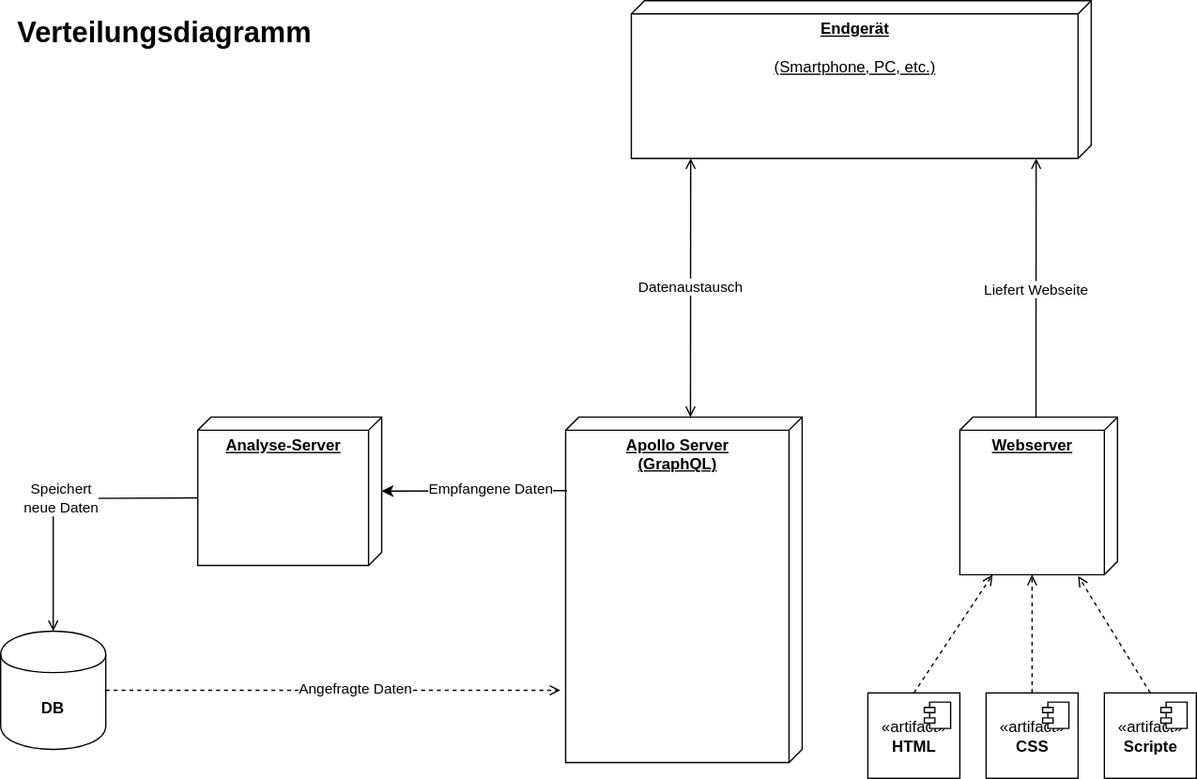
Above: docs/Expose/resources/doc-ver_Verteilung.svg in doc-ver/Doku (draw.io), before the change. Source tidied: cells renumbered, new cells last; positions are measured from the earlier drawing's top-left corner, leaving out a move shared by most shapes.
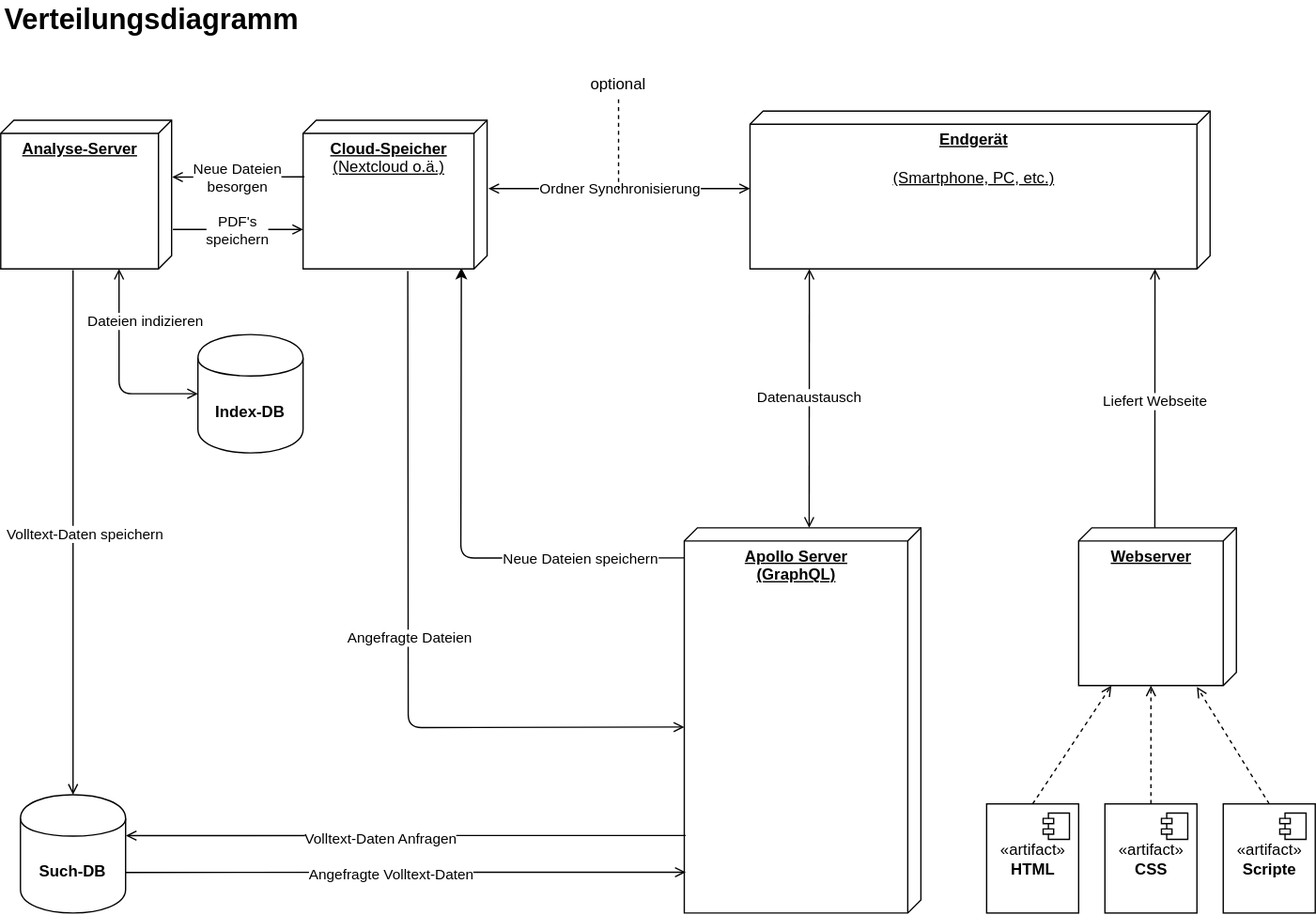
Later version of the same file.

Change to the diagram source:
```diff
@@ -9,7 +9,7 @@
       <mxGeometry x="730" y="317" width="120" height="120" as="geometry" />
     </mxCell>
     <mxCell id="4" value="«artifact»&lt;br&gt;&lt;b&gt;HTML&lt;/b&gt;" style="html=1;" parent="1" vertex="1">
-      <mxGeometry x="660" y="527" width="70" height="65" as="geometry" />
+      <mxGeometry x="660" y="527" width="70" height="83" as="geometry" />
     </mxCell>
     <mxCell id="5" style="shape=component;jettyWidth=8;jettyHeight=4;" parent="4" vertex="1">
       <mxGeometry x="1" width="20" height="20" relative="1" as="geometry">
@@ -17,7 +17,7 @@
       </mxGeometry>
     </mxCell>
     <mxCell id="6" value="«artifact»&lt;br&gt;&lt;b&gt;CSS&lt;/b&gt;" style="html=1;" parent="1" vertex="1">
-      <mxGeometry x="750" y="527" width="70" height="65" as="geometry" />
+      <mxGeometry x="750" y="527" width="70" height="83" as="geometry" />
     </mxCell>
     <mxCell id="7" style="shape=component;jettyWidth=8;jettyHeight=4;" parent="6" vertex="1">
       <mxGeometry x="1" width="20" height="20" relative="1" as="geometry">
@@ -25,7 +25,7 @@
       </mxGeometry>
     </mxCell>
     <mxCell id="8" value="«artifact»&lt;br&gt;&lt;b&gt;Scripte&lt;/b&gt;" style="html=1;" parent="1" vertex="1">
-      <mxGeometry x="840" y="527" width="70" height="65" as="geometry" />
+      <mxGeometry x="840" y="527" width="70" height="83" as="geometry" />
     </mxCell>
     <mxCell id="9" style="shape=component;jettyWidth=8;jettyHeight=4;" parent="8" vertex="1">
       <mxGeometry x="1" width="20" height="20" relative="1" as="geometry">
@@ -52,42 +52,117 @@
       </mxGeometry>
     </mxCell>
     <mxCell id="14" value="&lt;b&gt;Apollo Server&lt;br&gt;(GraphQL)&lt;br&gt;&lt;/b&gt;" style="verticalAlign=top;align=center;spacingTop=8;spacingLeft=2;spacingRight=12;shape=cube;size=10;direction=south;fontStyle=4;html=1;" parent="1" vertex="1">
-      <mxGeometry x="430" y="317" width="180" height="263" as="geometry" />
+      <mxGeometry x="430" y="317" width="180" height="293" as="geometry" />
     </mxCell>
     <mxCell id="15" value="&lt;b&gt;Analyse-Server&lt;br&gt;&lt;/b&gt;" style="verticalAlign=top;align=center;spacingTop=8;spacingLeft=2;spacingRight=12;shape=cube;size=10;direction=south;fontStyle=4;html=1;" parent="1" vertex="1">
-      <mxGeometry x="150" y="317" width="140" height="113" as="geometry" />
+      <mxGeometry x="-90" y="7" width="130" height="113" as="geometry" />
     </mxCell>
     <mxCell id="16" value="Datenaustausch" style="endArrow=open;startArrow=open;html=1;strokeColor=#000000;exitX=0;exitY=0;exitDx=0;exitDy=85;exitPerimeter=0;startFill=0;endFill=0;entryX=1;entryY=0.871;entryDx=0;entryDy=0;entryPerimeter=0;" parent="1" edge="1" source="14" target="2">
       <mxGeometry relative="1" as="geometry" />
     </mxCell>
-    <mxCell id="17" value="&lt;b&gt;DB&lt;/b&gt;" style="shape=cylinder;whiteSpace=wrap;html=1;boundedLbl=1;backgroundOutline=1;" parent="1" vertex="1">
-      <mxGeometry y="480" width="80" height="90" as="geometry" />
+    <mxCell id="17" value="&lt;b&gt;Such-DB&lt;/b&gt;" style="shape=cylinder;whiteSpace=wrap;html=1;boundedLbl=1;backgroundOutline=1;" parent="1" vertex="1">
+      <mxGeometry x="-75" y="520" width="80" height="90" as="geometry" />
     </mxCell>
-    <mxCell id="18" style="endArrow=open;dashed=1;html=1;strokeColor=#000000;endFill=0;exitX=1;exitY=0.5;exitDx=0;exitDy=0;" parent="1" edge="1" source="17">
-      <mxGeometry relative="1" as="geometry">
-        <mxPoint x="426" y="525" as="targetPoint" />
-      </mxGeometry>
+    <mxCell id="18" style="endArrow=open;html=1;strokeColor=#000000;endFill=0;entryX=0.894;entryY=0.994;entryDx=0;entryDy=0;entryPerimeter=0;exitX=1.002;exitY=0.657;exitDx=0;exitDy=0;exitPerimeter=0;" parent="1" edge="1" source="17" target="14">
+      <mxGeometry relative="1" as="geometry" />
     </mxCell>
-    <mxCell id="19" value="Angefragte Daten" style="edgeLabel;html=1;align=center;verticalAlign=middle;" parent="18" vertex="1">
-      <mxGeometry x="0.09" y="2" relative="1" as="geometry" />
+    <mxCell id="19" value="Angefragte Volltext-Daten" style="edgeLabel;html=1;align=center;verticalAlign=middle;" parent="18" vertex="1">
+      <mxGeometry x="0.09" y="2" relative="1" as="geometry">
+        <mxPoint x="-32" y="3" as="offset" />
+      </mxGeometry>
     </mxCell>
-    <mxCell id="20" value="Speichert&lt;br&gt;neue Daten" style="endArrow=open;html=1;strokeColor=#000000;exitX=0;exitY=0;exitDx=61.5;exitDy=140;exitPerimeter=0;entryX=0.5;entryY=0;entryDx=0;entryDy=0;endFill=0;" parent="1" edge="1" source="15" target="17">
-      <mxGeometry x="-0.02" relative="1" as="geometry">
+    <mxCell id="20" style="endArrow=classic;html=1;strokeColor=#000000;entryX=0.992;entryY=0.14;entryDx=0;entryDy=0;entryPerimeter=0;exitX=0.078;exitY=1;exitDx=0;exitDy=0;exitPerimeter=0;" parent="1" edge="1" source="14" target="23">
+      <mxGeometry relative="1" as="geometry">
         <Array as="points">
-          <mxPoint x="40" y="379" />
+          <mxPoint x="260" y="340" />
         </Array>
       </mxGeometry>
     </mxCell>
-    <mxCell id="21" style="endArrow=classic;html=1;strokeColor=#000000;" parent="1" edge="1" target="15">
-      <mxGeometry relative="1" as="geometry">
-        <mxPoint x="431" y="373" as="sourcePoint" />
+    <mxCell id="21" value="Neue Dateien speichern" style="edgeLabel;html=1;align=center;verticalAlign=middle;" parent="20" vertex="1">
+      <mxGeometry x="-0.18" y="-2" relative="1" as="geometry">
+        <mxPoint x="80" y="2" as="offset" />
       </mxGeometry>
     </mxCell>
-    <mxCell id="22" value="Empfangene Daten" style="edgeLabel;html=1;align=center;verticalAlign=middle;" parent="21" vertex="1">
-      <mxGeometry x="-0.18" y="-2" relative="1" as="geometry" />
+    <mxCell id="22" value="Verteilungsdiagramm" style="text;html=1;strokeColor=none;fillColor=none;align=center;verticalAlign=middle;whiteSpace=wrap;rounded=0;fontSize=22;fontStyle=1;" parent="1" vertex="1">
+      <mxGeometry x="-90" y="-84" width="230" height="30" as="geometry" />
     </mxCell>
-    <mxCell id="23" value="Verteilungsdiagramm" style="text;html=1;strokeColor=none;fillColor=none;align=center;verticalAlign=middle;whiteSpace=wrap;rounded=0;fontSize=22;fontStyle=1;" parent="1" vertex="1">
-      <mxGeometry x="10" y="10" width="230" height="30" as="geometry" />
+    <mxCell id="23" value="&lt;b&gt;Cloud-Speicher&lt;/b&gt;&lt;br&gt;(Nextcloud o.ä.)" style="verticalAlign=top;align=center;spacingTop=8;spacingLeft=2;spacingRight=12;shape=cube;size=10;direction=south;fontStyle=4;html=1;" parent="1" vertex="1">
+      <mxGeometry x="140" y="7" width="140" height="113" as="geometry" />
     </mxCell>
+    <mxCell id="24" value="&lt;b&gt;Index-DB&lt;/b&gt;" style="shape=cylinder;whiteSpace=wrap;html=1;boundedLbl=1;backgroundOutline=1;" parent="1" vertex="1">
+      <mxGeometry x="60" y="170" width="80" height="90" as="geometry" />
+    </mxCell>
+    <mxCell id="25" value="Ordner Synchronisierung" style="endArrow=open;startArrow=open;html=1;strokeColor=#000000;startFill=0;endFill=0;" parent="1" edge="1">
+      <mxGeometry relative="1" as="geometry">
+        <mxPoint x="281" y="59" as="sourcePoint" />
+        <mxPoint x="480" y="59" as="targetPoint" />
+      </mxGeometry>
+    </mxCell>
+    <mxCell id="26" style="endArrow=none;dashed=1;html=1;" parent="1" edge="1" target="27">
+      <mxGeometry relative="1" as="geometry">
+        <mxPoint x="380" y="60" as="sourcePoint" />
+      </mxGeometry>
+    </mxCell>
+    <mxCell id="27" value="optional" style="text;html=1;strokeColor=none;fillColor=none;align=center;verticalAlign=middle;whiteSpace=wrap;rounded=0;" parent="1" vertex="1">
+      <mxGeometry x="360" y="-30" width="40" height="20" as="geometry" />
+    </mxCell>
+    <mxCell id="28" style="endArrow=open;html=1;strokeColor=#000000;endFill=0;entryX=1.002;entryY=0.346;entryDx=0;entryDy=0;entryPerimeter=0;" parent="1" edge="1" target="17">
+      <mxGeometry relative="1" as="geometry">
+        <mxPoint x="431" y="551" as="sourcePoint" />
+      </mxGeometry>
+    </mxCell>
+    <mxCell id="29" value="Volltext-Daten Anfragen" style="edgeLabel;html=1;align=center;verticalAlign=middle;" parent="28" vertex="1">
+      <mxGeometry x="0.09" y="2" relative="1" as="geometry" />
+    </mxCell>
+    <mxCell id="30" style="endArrow=open;html=1;strokeColor=#000000;endFill=0;entryX=0.735;entryY=1;entryDx=0;entryDy=0;entryPerimeter=0;" parent="1" edge="1" target="23">
+      <mxGeometry relative="1" as="geometry">
+        <mxPoint x="41" y="90" as="sourcePoint" />
+      </mxGeometry>
+    </mxCell>
+    <mxCell id="31" value="PDF's&lt;br&gt;speichern" style="edgeLabel;html=1;align=center;verticalAlign=middle;" parent="30" vertex="1">
+      <mxGeometry x="0.09" y="2" relative="1" as="geometry">
+        <mxPoint x="-5.3" y="2" as="offset" />
+      </mxGeometry>
+    </mxCell>
+    <mxCell id="32" style="endArrow=open;html=1;strokeColor=#000000;endFill=0;entryX=0.382;entryY=-0.003;entryDx=0;entryDy=0;entryPerimeter=0;" parent="1" edge="1" target="15">
+      <mxGeometry relative="1" as="geometry">
+        <mxPoint x="141" y="50" as="sourcePoint" />
+      </mxGeometry>
+    </mxCell>
+    <mxCell id="33" value="Neue Dateien&lt;br&gt;besorgen" style="edgeLabel;html=1;align=center;verticalAlign=middle;" parent="32" vertex="1">
+      <mxGeometry x="0.09" y="2" relative="1" as="geometry">
+        <mxPoint x="3.9" y="-2.1" as="offset" />
+      </mxGeometry>
+    </mxCell>
+    <mxCell id="34" value="Dateien indizieren" style="endArrow=open;startArrow=open;html=1;strokeColor=#000000;exitX=0;exitY=0.5;exitDx=0;exitDy=0;startFill=0;endFill=0;" parent="1" edge="1" source="24">
+      <mxGeometry x="0.48" y="-20" relative="1" as="geometry">
+        <mxPoint y="120" as="targetPoint" />
+        <Array as="points">
+          <mxPoint y="215" />
+        </Array>
+      </mxGeometry>
+    </mxCell>
+    <mxCell id="35" style="endArrow=open;html=1;strokeColor=#000000;endFill=0;entryX=0.5;entryY=0;entryDx=0;entryDy=0;" parent="1" edge="1" target="17">
+      <mxGeometry relative="1" as="geometry">
+        <mxPoint x="-35" y="121" as="sourcePoint" />
+      </mxGeometry>
+    </mxCell>
+    <mxCell id="36" value="Volltext-Daten speichern" style="edgeLabel;html=1;align=center;verticalAlign=middle;" parent="35" vertex="1">
+      <mxGeometry x="0.09" y="2" relative="1" as="geometry">
+        <mxPoint x="6.1" y="-18.5" as="offset" />
+      </mxGeometry>
+    </mxCell>
+    <mxCell id="37" style="endArrow=open;html=1;strokeColor=#000000;endFill=0;entryX=0;entryY=0;entryDx=151.5;entryDy=180;entryPerimeter=0;exitX=1.015;exitY=0.431;exitDx=0;exitDy=0;exitPerimeter=0;" parent="1" edge="1" source="23" target="14">
+      <mxGeometry relative="1" as="geometry">
+        <Array as="points">
+          <mxPoint x="220" y="469" />
+        </Array>
+      </mxGeometry>
+    </mxCell>
+    <mxCell id="38" value="Angefragte Dateien" style="edgeLabel;html=1;align=center;verticalAlign=middle;" parent="37" vertex="1">
+      <mxGeometry x="0.09" y="2" relative="1" as="geometry">
+        <mxPoint x="-2" y="-25.8" as="offset" />
+      </mxGeometry>
+    </mxCell>
   </root>
 </mxGraphModel>
```
